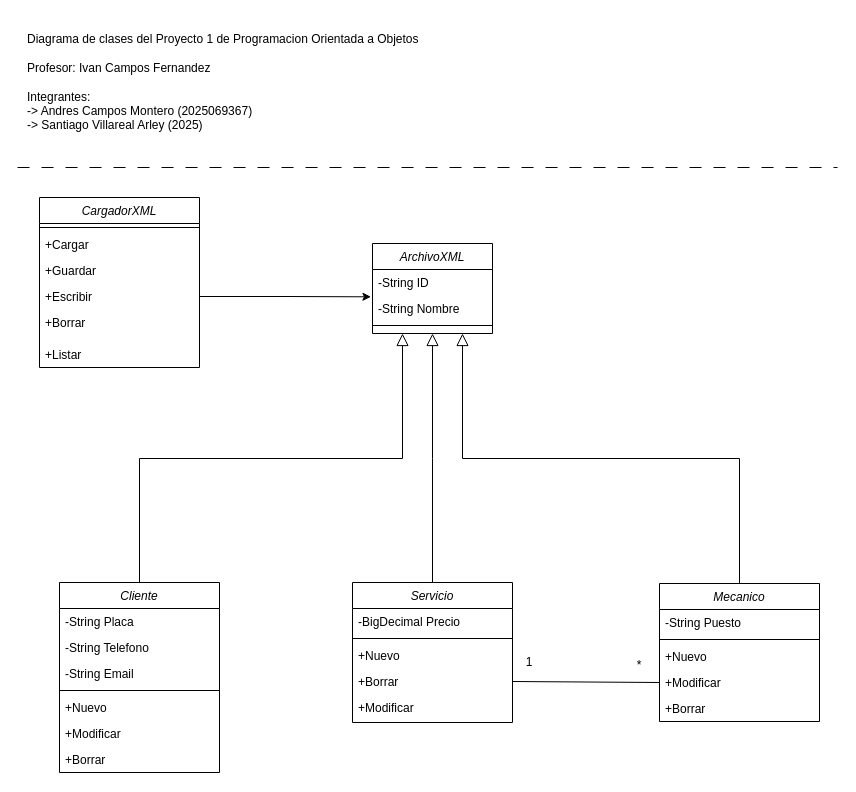
This is Diagrama de Clases.drawio from Villarley/P1, a draw.io file, before an edit. Source tidied: cells renumbered, new cells numbered last; positions are measured from the earlier drawing's top-left corner, leaving out a move shared by most shapes. Both pictures are drawn from the tidied source at 100%, with x=0, y=0 at pixel (17, 17).
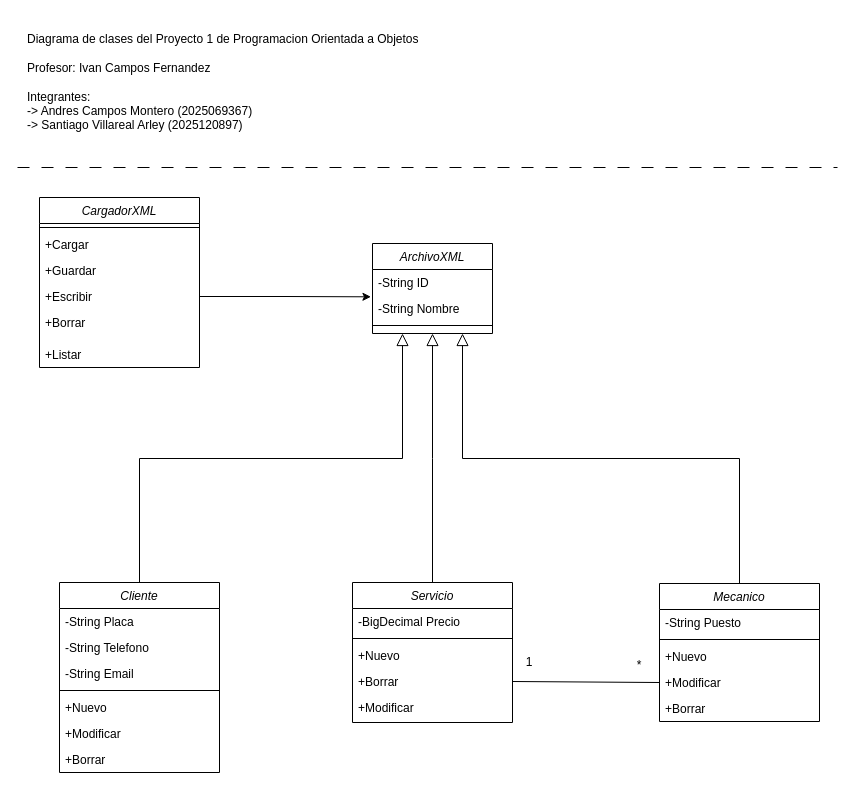
Above is the later version.

Change to the diagram source:
```diff
@@
-    <mxCell id="40" value="Diagrama de clases del Proyecto 1 de Programacion Orientada a Objetos&lt;br&gt;&lt;br&gt;Profesor: Ivan Campos Fernandez&lt;br&gt;&lt;br&gt;Integrantes:&lt;br&gt;-&amp;gt; Andres Campos Montero (2025069367)&lt;br&gt;-&amp;gt; Santiago Villareal Arley (2025)" style="text;html=1;strokeColor=none;fillColor=none;align=left;verticalAlign=middle;whiteSpace=wrap;rounded=0;labelPosition=center;verticalLabelPosition=middle;" parent="1" vertex="1">
+    <mxCell id="40" value="Diagrama de clases del Proyecto 1 de Programacion Orientada a Objetos&lt;br&gt;&lt;br&gt;Profesor: Ivan Campos Fernandez&lt;br&gt;&lt;br&gt;Integrantes:&lt;br&gt;-&amp;gt; Andres Campos Montero (2025069367)&lt;br&gt;-&amp;gt; Santiago Villareal Arley (2025120897)" style="text;html=1;strokeColor=none;fillColor=none;align=left;verticalAlign=middle;whiteSpace=wrap;rounded=0;labelPosition=center;verticalLabelPosition=middle;" parent="1" vertex="1">
       <mxGeometry x="8" width="680" height="130" as="geometry" />
     </mxCell>
```
